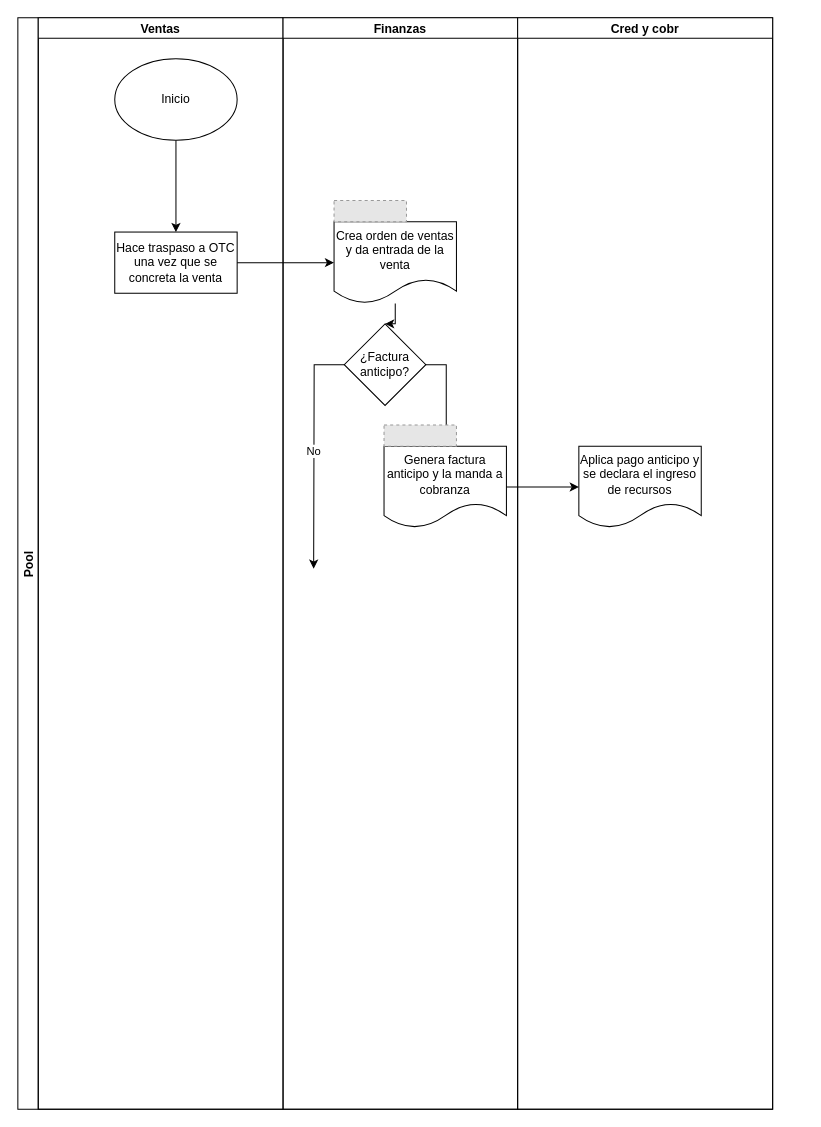
FerAran/Flowchart keeps this draw.io diagram as Proceso finanzas.drawio. Above is the earlier version. Source tidied: cells renumbered, new cells numbered last; positions are measured from the earlier drawing's top-left corner, leaving out a move shared by most shapes. Both pictures are drawn from the tidied source at 102%, with x=0, y=0 at pixel (17, 17). Pictures stored in the file or linked from it are replaced by grey dashed boxes.
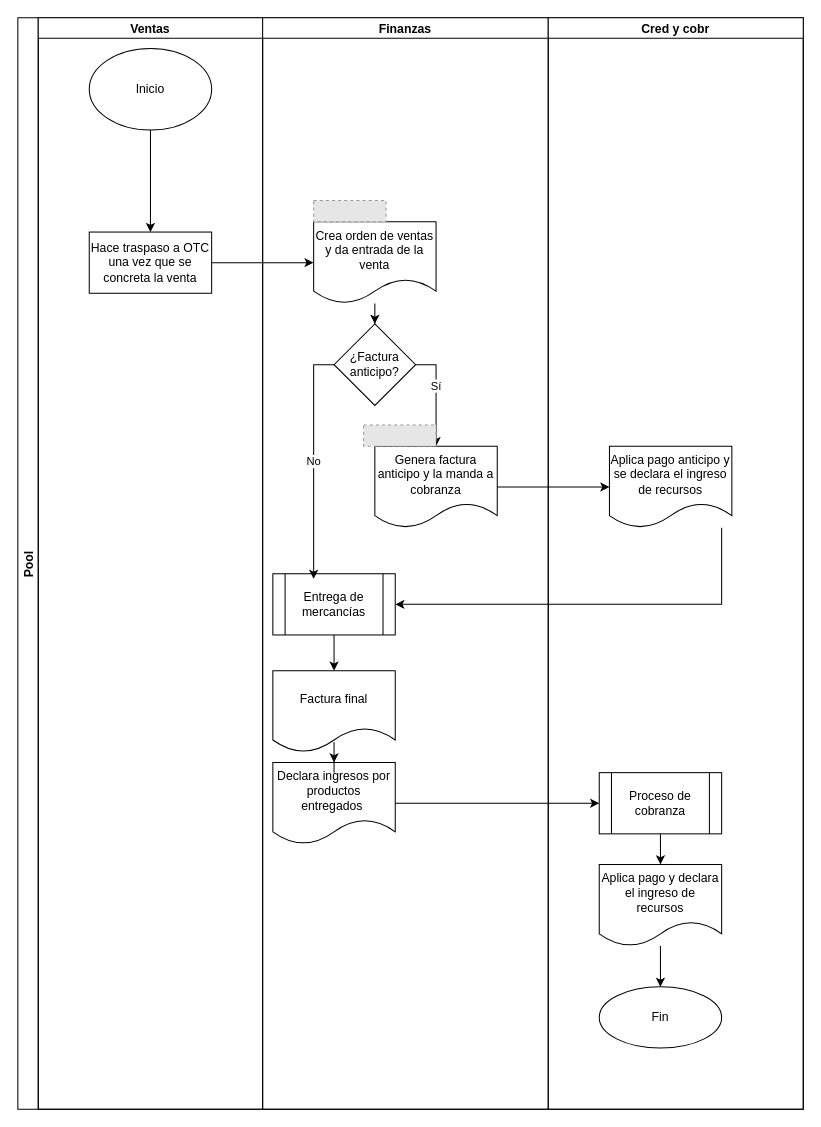
The same page after the edit.

The change refers to these unchanged cells:
```xml
<mxCell id="9" style="edgeStyle=orthogonalEdgeStyle;rounded=0;jettySize=auto;html=1;exitX=1;exitY=0.5;exitDx=0;exitDy=0;" parent="7" edge="1" source="10" target="12">
  <mxGeometry relative="1" as="geometry" />
</mxCell>
<mxCell id="17" value="Aplica pago anticipo y se declara el ingreso de recursos" style="shape=document;whiteSpace=wrap;html=1;boundedLbl=1;" parent="16" vertex="1">
  <mxGeometry x="60" y="420" width="120" height="80" as="geometry" />
</mxCell>
```

The edit, as a diff of the source:
```diff
@@
     <mxCell id="2" value="Pool" style="swimlane;startSize=20;horizontal=0;" parent="1" vertex="1">
-      <mxGeometry width="740" height="1070" as="geometry" />
+      <mxGeometry width="770" height="1070" as="geometry" />
     </mxCell>
     <mxCell id="3" value="Ventas" style="swimlane;startSize=20;" parent="2" vertex="1">
-      <mxGeometry x="20" width="240" height="1070" as="geometry" />
+      <mxGeometry x="20" width="220" height="1070" as="geometry" />
     </mxCell>
@@
     <mxCell id="5" value="Inicio" style="ellipse;whiteSpace=wrap;html=1;" parent="3" vertex="1">
-      <mxGeometry x="75" y="40" width="120" height="80" as="geometry" />
+      <mxGeometry x="50" y="30" width="120" height="80" as="geometry" />
     </mxCell>
     <mxCell id="6" value="Hace traspaso a OTC una vez que se concreta la venta" style="whiteSpace=wrap;html=1;" parent="3" vertex="1">
-      <mxGeometry x="75" y="210" width="120" height="60" as="geometry" />
+      <mxGeometry x="50" y="210" width="120" height="60" as="geometry" />
     </mxCell>
     <mxCell id="7" value="Finanzas" style="swimlane;startSize=20;" parent="2" vertex="1">
-      <mxGeometry x="260" width="230" height="1070" as="geometry" />
+      <mxGeometry x="240" width="280" height="1070" as="geometry" />
     </mxCell>
@@
+    <mxCell id="20" value="Sí" style="edgeLabel;html=1;align=center;verticalAlign=middle;" parent="9" vertex="1">
+      <mxGeometry x="-0.2" y="-1" relative="1" as="geometry" />
+    </mxCell>
     <mxCell id="10" value="¿Factura anticipo?" style="rhombus;whiteSpace=wrap;html=1;" parent="7" vertex="1">
-      <mxGeometry x="60" y="300" width="80" height="80" as="geometry" />
+      <mxGeometry x="70" y="300" width="80" height="80" as="geometry" />
     </mxCell>
@@
     <mxCell id="12" value="Genera factura anticipo y la manda a cobranza" style="shape=document;whiteSpace=wrap;html=1;boundedLbl=1;" parent="7" vertex="1">
-      <mxGeometry x="99" y="420" width="120" height="80" as="geometry" />
+      <mxGeometry x="110" y="420" width="120" height="80" as="geometry" />
     </mxCell>
@@
+    <mxCell id="21" style="edgeStyle=orthogonalEdgeStyle;rounded=0;jettySize=auto;html=1;" parent="7" edge="1" source="22" target="23">
+      <mxGeometry relative="1" as="geometry" />
+    </mxCell>
+    <mxCell id="22" value="Entrega de mercancías" style="shape=process;whiteSpace=wrap;html=1;backgroundOutline=1;" parent="7" vertex="1">
+      <mxGeometry x="10" y="545" width="120" height="60" as="geometry" />
+    </mxCell>
+    <mxCell id="23" value="Factura final" style="shape=document;whiteSpace=wrap;html=1;boundedLbl=1;" parent="7" vertex="1">
+      <mxGeometry x="10" y="640" width="120" height="80" as="geometry" />
+    </mxCell>
+    <mxCell id="24" value="Declara ingresos por productos entregados&amp;nbsp;" style="shape=document;whiteSpace=wrap;html=1;boundedLbl=1;" parent="7" vertex="1">
+      <mxGeometry x="10" y="730" width="120" height="80" as="geometry" />
+    </mxCell>
+    <mxCell id="25" style="edgeStyle=orthogonalEdgeStyle;rounded=0;jettySize=auto;html=1;" parent="7" edge="1" source="23" target="24">
+      <mxGeometry relative="1" as="geometry" />
+    </mxCell>
@@
     <mxCell id="16" value="Cred y cobr" style="swimlane;startSize=20;" parent="2" vertex="1">
-      <mxGeometry x="490" width="250" height="1070" as="geometry" />
+      <mxGeometry x="520" width="250" height="1070" as="geometry" />
     </mxCell>
@@
+    <mxCell id="26" style="edgeStyle=orthogonalEdgeStyle;rounded=0;jettySize=auto;html=1;" parent="16" edge="1" source="27" target="28">
+      <mxGeometry relative="1" as="geometry" />
+    </mxCell>
+    <mxCell id="27" value="Proceso de cobranza" style="shape=process;whiteSpace=wrap;html=1;backgroundOutline=1;" parent="16" vertex="1">
+      <mxGeometry x="50" y="740" width="120" height="60" as="geometry" />
+    </mxCell>
+    <mxCell id="28" value="Aplica pago y declara el ingreso de recursos" style="shape=document;whiteSpace=wrap;html=1;boundedLbl=1;" parent="16" vertex="1">
+      <mxGeometry x="50" y="830" width="120" height="80" as="geometry" />
+    </mxCell>
+    <mxCell id="29" value="Fin" style="ellipse;whiteSpace=wrap;html=1;" parent="16" vertex="1">
+      <mxGeometry x="50" y="950" width="120" height="60" as="geometry" />
+    </mxCell>
+    <mxCell id="30" style="edgeStyle=orthogonalEdgeStyle;rounded=0;jettySize=auto;html=1;" parent="16" edge="1" source="28" target="29">
+      <mxGeometry relative="1" as="geometry" />
+    </mxCell>
@@
+    <mxCell id="31" style="edgeStyle=orthogonalEdgeStyle;rounded=0;jettySize=auto;html=1;entryX=1;entryY=0.5;entryDx=0;entryDy=0;" parent="2" edge="1" source="17" target="22">
+      <mxGeometry relative="1" as="geometry">
+        <Array as="points">
+          <mxPoint x="690" y="575" />
+        </Array>
+      </mxGeometry>
+    </mxCell>
+    <mxCell id="32" style="edgeStyle=orthogonalEdgeStyle;rounded=0;jettySize=auto;html=1;" parent="2" edge="1" source="24" target="27">
+      <mxGeometry relative="1" as="geometry" />
+    </mxCell>
-    <mxCell id="19" value="No" style="edgeStyle=orthogonalEdgeStyle;rounded=0;jettySize=auto;html=1;" parent="1" edge="1" source="10">
+    <mxCell id="19" value="No" style="edgeStyle=orthogonalEdgeStyle;rounded=0;jettySize=auto;html=1;exitX=0;exitY=0.5;exitDx=0;exitDy=0;" parent="1" edge="1" source="10">
       <mxGeometry relative="1" as="geometry">
-        <mxPoint x="290" y="540" as="targetPoint" />
+        <mxPoint x="290" y="550" as="targetPoint" />
+        <Array as="points">
+          <mxPoint x="290" y="340" />
+          <mxPoint x="290" y="540" />
+        </Array>
       </mxGeometry>
     </mxCell>
```
